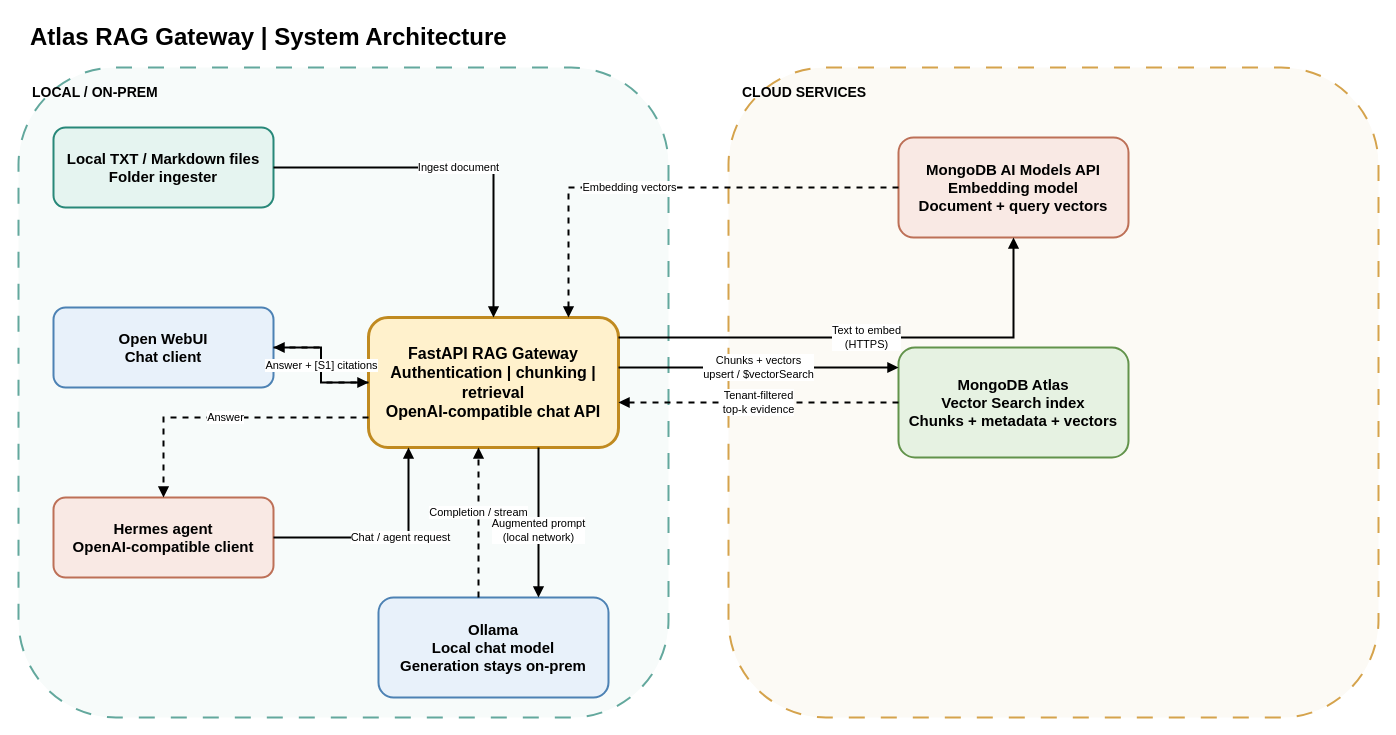
Before: docs/architecture.drawio in vthinsel/RAG_Gateway, a draw.io diagram. Source tidied: cells renumbered, new cells numbered last; positions are measured from the earlier drawing's top-left corner, leaving out a move shared by most shapes. Both pictures are drawn from the tidied source at 100%, with x=0, y=0 at pixel (18, 17).
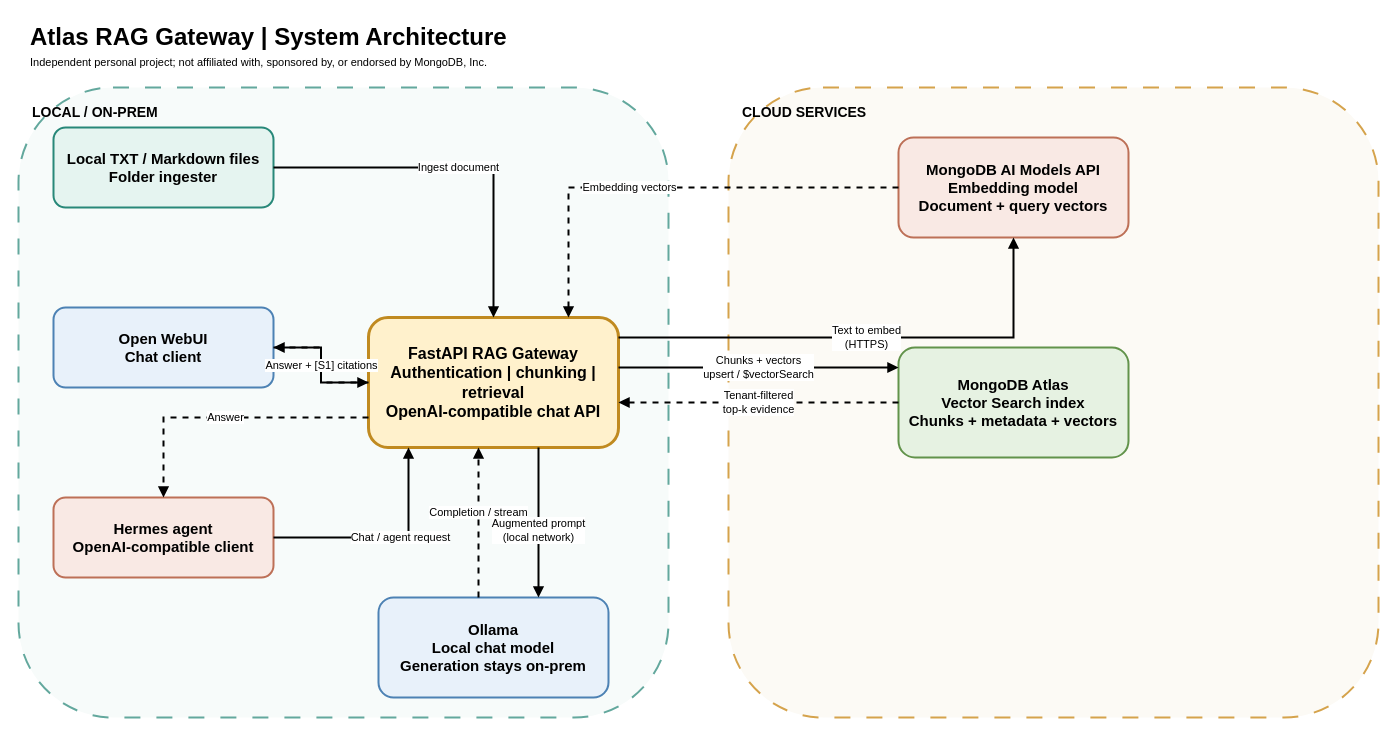
Above is the later version.

What changed in the source:
```diff
@@
+    <mxCell id="23" value="Independent personal project; not affiliated with, sponsored by, or endorsed by MongoDB, Inc." style="text;html=1;strokeColor=none;fillColor=none;align=left;verticalAlign=middle;fontSize=11;" parent="1" vertex="1">
+      <mxGeometry x="10" y="35" width="900" height="20" as="geometry" />
+    </mxCell>
     <mxCell id="3" value="LOCAL / ON-PREM" style="rounded=1;whiteSpace=wrap;html=1;dashed=1;dashPattern=8 8;fillColor=#f7fbfa;strokeColor=#63a89d;strokeWidth=2;verticalAlign=top;align=left;fontStyle=1;fontSize=14;spacingTop=10;spacingLeft=12;" parent="1" vertex="1">
-      <mxGeometry y="50" width="650" height="650" as="geometry" />
+      <mxGeometry y="70" width="650" height="630" as="geometry" />
     </mxCell>
     <mxCell id="4" value="CLOUD SERVICES" style="rounded=1;whiteSpace=wrap;html=1;dashed=1;dashPattern=8 8;fillColor=#fcfaf5;strokeColor=#d5a34c;strokeWidth=2;verticalAlign=top;align=left;fontStyle=1;fontSize=14;spacingTop=10;spacingLeft=12;" parent="1" vertex="1">
-      <mxGeometry x="710" y="50" width="650" height="650" as="geometry" />
+      <mxGeometry x="710" y="70" width="650" height="630" as="geometry" />
     </mxCell>
```
